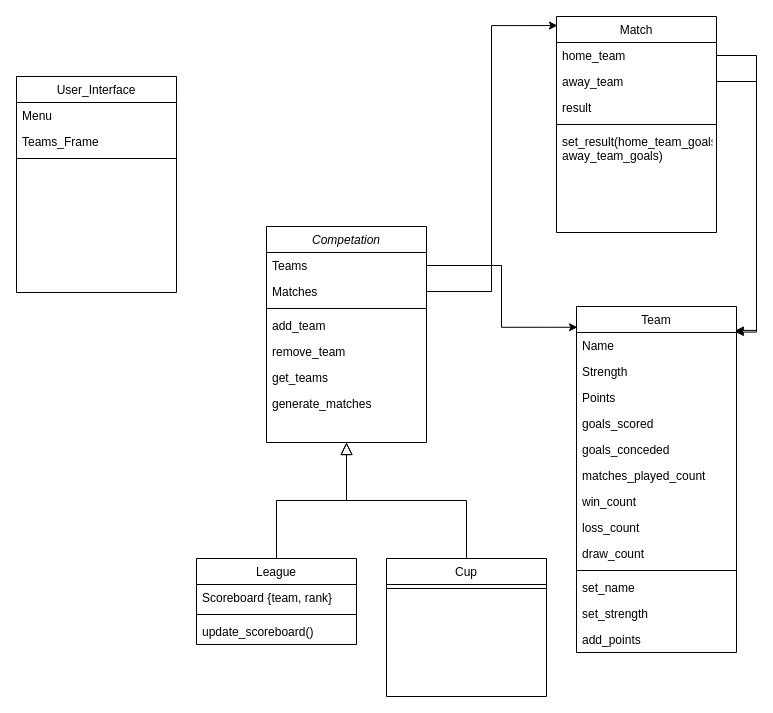
Above: Competation_Organnizer.drawio in MazenYasser/competition-organizer (draw.io), before the change. Source tidied: cells renumbered, new cells numbered last; positions are measured from the earlier drawing's top-left corner, leaving out a move shared by most shapes. Both pictures are drawn from the tidied source at 100%, with x=0, y=0 at pixel (16, 16).
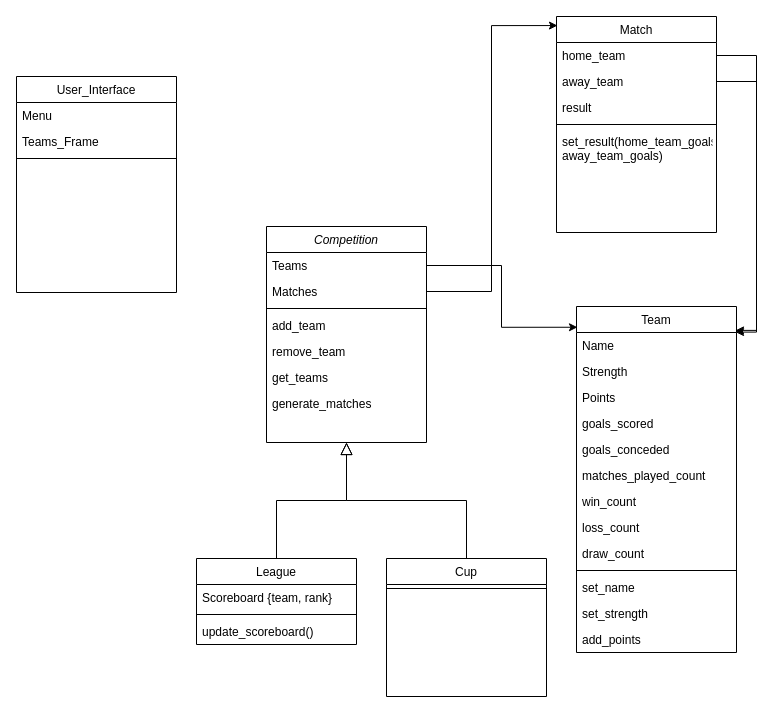
The same diagram, later.

The edit, as a diff of the source:
```diff
@@
-    <mxCell id="2" value="Competation" style="swimlane;fontStyle=2;align=center;verticalAlign=top;horizontal=1;startSize=26;rounded=0;shadow=0;strokeWidth=1;" parent="1" vertex="1">
+    <mxCell id="2" value="Competition" style="swimlane;fontStyle=2;align=center;verticalAlign=top;horizontal=1;startSize=26;rounded=0;shadow=0;strokeWidth=1;" parent="1" vertex="1">
       <mxGeometry x="250" y="210" width="160" height="216" as="geometry" />
     </mxCell>
```
